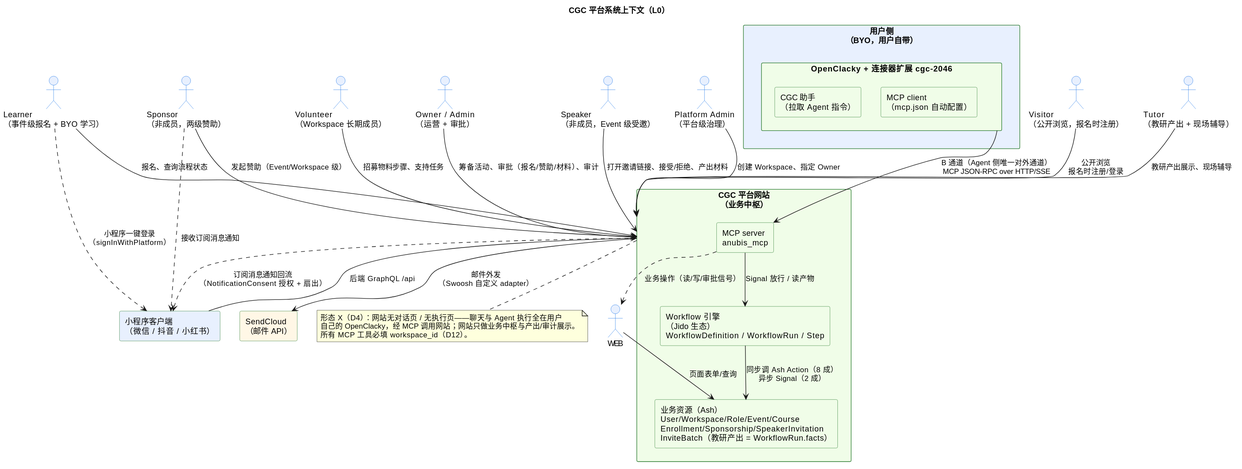
This is docs/diagrams/system-context.svg from CodingGirlsClub/cgc_2046, a PlantUML export, as it was before one commit.
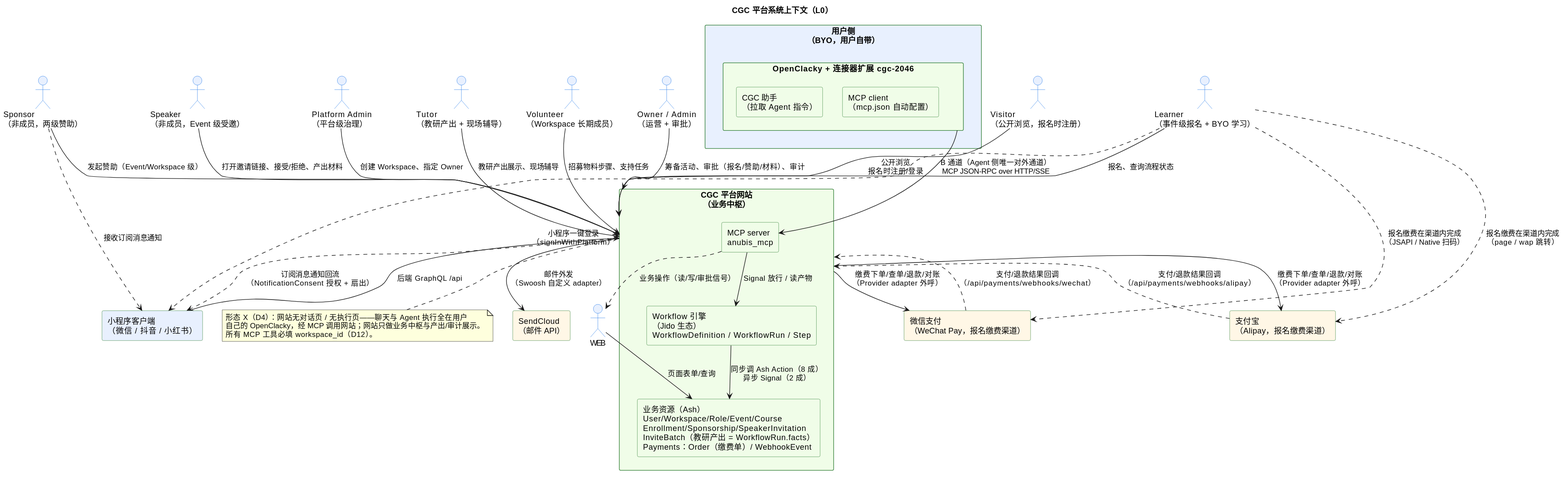
After the commit.

The edit, as a diff of the source:
```diff
@@ -29,12 +29,13 @@
 rectangle "CGC 平台网站\n（业务中枢）" as SITE {
     rectangle "MCP server\nanubis_mcp" as MCP
     rectangle "Workflow 引擎\n（Jido 生态）\nWorkflowDefinition / WorkflowRun / Step" as ENGINE
-    rectangle "业务资源（Ash）\nUser/Workspace/Role/Event/Course\nEnrollment/Sponsorship/SpeakerInvitation\nInviteBatch（教研产出 = WorkflowRun.facts）" as BIZ
+    rectangle "业务资源（Ash）\nUser/Workspace/Role/Event/Course\nEnrollment/Sponsorship/SpeakerInvitation\nInviteBatch（教研产出 = WorkflowRun.facts）\nPayments：Order（缴费单）/ WebhookEvent" as BIZ
 }
 
 rectangle "小程序客户端\n（微信 / 抖音 / 小红书）" as MP #E8F0FE
 rectangle "SendCloud\n（邮件 API）" as SENDCLOUD #FFF7E6
-
+rectangle "微信支付\n（WeChat Pay，报名缴费渠道）" as WECHAT #FFF7E6
+rectangle "支付宝\n（Alipay，报名缴费渠道）" as ALIPAY #FFF7E6
 V -down-> SITE : 公开浏览\n报名时注册/登录
 L -down-> SITE : 报名、查询流程状态
 T -down-> SITE : 教研产出展示、现场辅导
@@ -56,6 +57,12 @@
 MP -down-> SITE : 后端 GraphQL /api
 SITE ..> MP : 订阅消息通知回流\n（NotificationConsent 授权 + 扇出）
 SITE -down-> SENDCLOUD : 邮件外发\n（Swoosh 自定义 adapter）
+L ..down-> WECHAT : 报名缴费在渠道内完成\n（JSAPI / Native 扫码）
+L ..down-> ALIPAY : 报名缴费在渠道内完成\n（page / wap 跳转）
+SITE -down-> WECHAT : 缴费下单/查单/退款/对账\n（Provider adapter 外呼）
+SITE -down-> ALIPAY : 缴费下单/查单/退款/对账\n（Provider adapter 外呼）
+WECHAT ..> SITE : 支付/退款结果回调\n（/api/payments/webhooks/wechat）
+ALIPAY ..> SITE : 支付/退款结果回调\n（/api/payments/webhooks/alipay）
 note bottom of SITE
   形态 X（D4）：网站无对话页 / 无执行页——聊天与 Agent 执行全在用户
   自己的 OpenClacky，经 MCP 调用网站；网站只做业务中枢与产出/审计展示。
```
